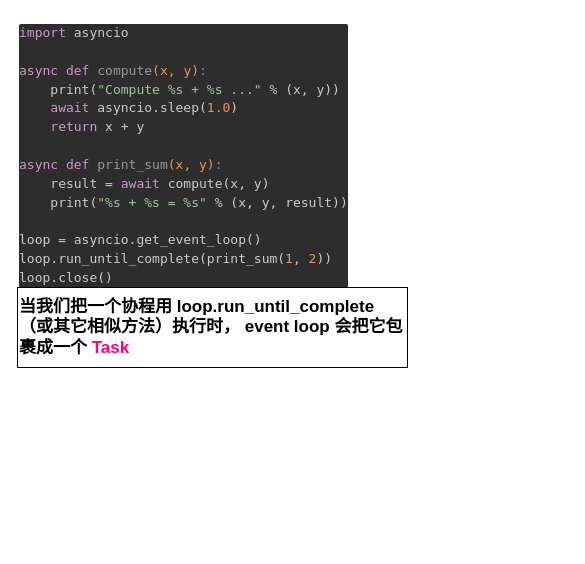
Above: page "asyncio相关" (3 of 3) of krita/krita_sturcture.drawio in icekeg/AIcoding (draw.io), before the change. Source tidied: cells renumbered, new cells numbered last; positions are measured from the earlier drawing's top-left corner, leaving out a move shared by most shapes. Both pictures are drawn from the tidied source at 100%, with x=0, y=0 at pixel (17, 17).
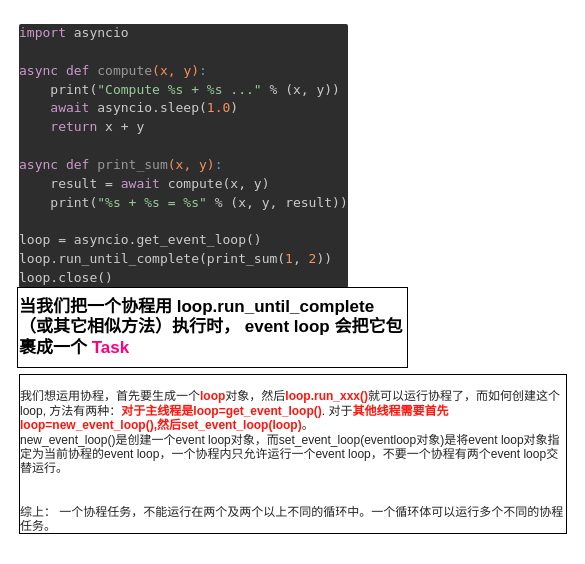
The same diagram, later.

Change to the diagram source:
```diff
@@
 <mxGraphModel>
   <root>
     <mxCell id="0" />
     <mxCell id="1" parent="0" />
     <mxCell id="2" value="&lt;table style=&quot;border-collapse: collapse; border-spacing: 0px; width: auto; vertical-align: middle; margin: 0px; color: rgb(204, 204, 204); font-family: lato, helvetica, tahoma, arial, &amp;quot;hiragino sans gb&amp;quot;, &amp;quot;heiti sc&amp;quot;, &amp;quot;microsoft yahei&amp;quot;, &amp;quot;wenquanyi micro hei&amp;quot;, heiti, ubuntu, simsun, sans-serif; font-size: 15.3px; font-style: normal; font-weight: 400; letter-spacing: normal; text-transform: none; word-spacing: 0px;&quot;&gt;&lt;tbody&gt;&lt;tr&gt;&lt;td class=&quot;code&quot; style=&quot;padding: 0px ; border: none&quot;&gt;&lt;pre style=&quot;overflow: auto ; font-family: &amp;quot;monaco&amp;quot; , &amp;quot;source code pro&amp;quot; , &amp;quot;consolas&amp;quot; , &amp;quot;menlo&amp;quot; , &amp;quot;consolas&amp;quot; , monospace ; font-size: 0.85em ; background: rgb(45 , 45 , 45) ; margin: 0px ; padding: 0px ; border: none ; border-radius: 2px ; color: rgb(204 , 204 , 204) ; line-height: 1.45&quot;&gt;&lt;span class=&quot;line&quot; style=&quot;height: 1.6em&quot;&gt;&lt;span class=&quot;keyword&quot; style=&quot;color: rgb(204 , 153 , 204)&quot;&gt;import&lt;/span&gt; asyncio&lt;/span&gt;&lt;br&gt;&lt;span class=&quot;line&quot; style=&quot;height: 1.6em&quot;&gt;&lt;/span&gt;&lt;br&gt;&lt;span class=&quot;line&quot; style=&quot;height: 1.6em&quot;&gt;&lt;span class=&quot;keyword&quot; style=&quot;color: rgb(204 , 153 , 204)&quot;&gt;async&lt;/span&gt; &lt;span class=&quot;function&quot; style=&quot;color: rgb(102 , 153 , 204)&quot;&gt;&lt;span class=&quot;keyword&quot; style=&quot;color: rgb(204 , 153 , 204)&quot;&gt;def&lt;/span&gt; &lt;span class=&quot;title&quot; style=&quot;color: rgb(153 , 153 , 153)&quot;&gt;compute&lt;/span&gt;&lt;span class=&quot;params&quot; style=&quot;color: rgb(249 , 145 , 87)&quot;&gt;(x, y)&lt;/span&gt;:&lt;/span&gt;&lt;/span&gt;&lt;br&gt;&lt;span class=&quot;line&quot; style=&quot;height: 1.6em&quot;&gt;    print(&lt;span class=&quot;string&quot; style=&quot;color: rgb(153 , 204 , 153)&quot;&gt;&quot;Compute %s + %s ...&quot;&lt;/span&gt; % (x, y))&lt;/span&gt;&lt;br&gt;&lt;span class=&quot;line&quot; style=&quot;height: 1.6em&quot;&gt;    &lt;span class=&quot;keyword&quot; style=&quot;color: rgb(204 , 153 , 204)&quot;&gt;await&lt;/span&gt; asyncio.sleep(&lt;span class=&quot;number&quot; style=&quot;color: rgb(249 , 145 , 87)&quot;&gt;1.0&lt;/span&gt;)&lt;/span&gt;&lt;br&gt;&lt;span class=&quot;line&quot; style=&quot;height: 1.6em&quot;&gt;    &lt;span class=&quot;keyword&quot; style=&quot;color: rgb(204 , 153 , 204)&quot;&gt;return&lt;/span&gt; x + y&lt;/span&gt;&lt;br&gt;&lt;span class=&quot;line&quot; style=&quot;height: 1.6em&quot;&gt;&lt;/span&gt;&lt;br&gt;&lt;span class=&quot;line&quot; style=&quot;height: 1.6em&quot;&gt;&lt;span class=&quot;keyword&quot; style=&quot;color: rgb(204 , 153 , 204)&quot;&gt;async&lt;/span&gt; &lt;span class=&quot;function&quot; style=&quot;color: rgb(102 , 153 , 204)&quot;&gt;&lt;span class=&quot;keyword&quot; style=&quot;color: rgb(204 , 153 , 204)&quot;&gt;def&lt;/span&gt; &lt;span class=&quot;title&quot; style=&quot;color: rgb(153 , 153 , 153)&quot;&gt;print_sum&lt;/span&gt;&lt;span class=&quot;params&quot; style=&quot;color: rgb(249 , 145 , 87)&quot;&gt;(x, y)&lt;/span&gt;:&lt;/span&gt;&lt;/span&gt;&lt;br&gt;&lt;span class=&quot;line&quot; style=&quot;height: 1.6em&quot;&gt;    result = &lt;span class=&quot;keyword&quot; style=&quot;color: rgb(204 , 153 , 204)&quot;&gt;await&lt;/span&gt; compute(x, y)&lt;/span&gt;&lt;br&gt;&lt;span class=&quot;line&quot; style=&quot;height: 1.6em&quot;&gt;    print(&lt;span class=&quot;string&quot; style=&quot;color: rgb(153 , 204 , 153)&quot;&gt;&quot;%s + %s = %s&quot;&lt;/span&gt; % (x, y, result))&lt;/span&gt;&lt;br&gt;&lt;span class=&quot;line&quot; style=&quot;height: 1.6em&quot;&gt;&lt;/span&gt;&lt;br&gt;&lt;span class=&quot;line&quot; style=&quot;height: 1.6em&quot;&gt;loop = asyncio.get_event_loop()&lt;/span&gt;&lt;br&gt;&lt;span class=&quot;line&quot; style=&quot;height: 1.6em&quot;&gt;loop.run_until_complete(print_sum(&lt;span class=&quot;number&quot; style=&quot;color: rgb(249 , 145 , 87)&quot;&gt;1&lt;/span&gt;, &lt;span class=&quot;number&quot; style=&quot;color: rgb(249 , 145 , 87)&quot;&gt;2&lt;/span&gt;))&lt;/span&gt;&lt;br&gt;&lt;span class=&quot;line&quot; style=&quot;height: 1.6em&quot;&gt;loop.close()&lt;/span&gt;&lt;/pre&gt;&lt;/td&gt;&lt;/tr&gt;&lt;/tbody&gt;&lt;/table&gt;" style="text;whiteSpace=wrap;html=1;" parent="1" vertex="1">
       <mxGeometry width="330" height="270" as="geometry" />
     </mxCell>
     <mxCell id="3" value="当我们把一个协程用 loop.run_until_complete （或其它相似方法）执行时， event loop 会把它包裹成一个 &lt;font color=&quot;#ff0080&quot;&gt;Task&lt;/font&gt;" style="rounded=0;whiteSpace=wrap;html=1;fontSize=17;fontColor=#000000;fontStyle=1;align=left;" parent="1" vertex="1">
       <mxGeometry y="270" width="390" height="80" as="geometry" />
     </mxCell>
+    <mxCell id="4" value="&lt;br&gt;我们想运用协程，首先要生成一个&lt;font color=&quot;#ff150d&quot;&gt;&lt;b&gt;loop&lt;/b&gt;&lt;/font&gt;对象，然后&lt;b&gt;&lt;font color=&quot;#ff150d&quot;&gt;loop.run_xxx()&lt;/font&gt;&lt;/b&gt;就可以运行协程了，而如何创建这个loop, 方法有两种：&lt;b&gt;&lt;font color=&quot;#ff150d&quot;&gt;对于主线程是loop=get_event_loop()&lt;/font&gt;&lt;/b&gt;. 对于&lt;font color=&quot;#ff150d&quot;&gt;&lt;b&gt;其他线程需要首先loop=new_event_loop(),然后set_event_loop(loop)&lt;/b&gt;&lt;/font&gt;。&lt;br&gt;new_event_loop()是创建一个event loop对象，而set_event_loop(eventloop对象)是将event loop对象指定为当前协程的event loop，一个协程内只允许运行一个event loop，不要一个协程有两个event loop交替运行。&lt;br&gt;&lt;br&gt;&lt;br&gt;综上： 一个协程任务，不能运行在两个及两个以上不同的循环中。一个循环体可以运行多个不同的协程任务。" style="text;whiteSpace=wrap;html=1;backgroundOutline=0;strokeWidth=3;fontColor=#242424;labelBackgroundColor=none;labelBorderColor=#000000;" parent="1" vertex="1">
+      <mxGeometry y="350" width="550" height="180" as="geometry" />
+    </mxCell>
   </root>
 </mxGraphModel>
```
